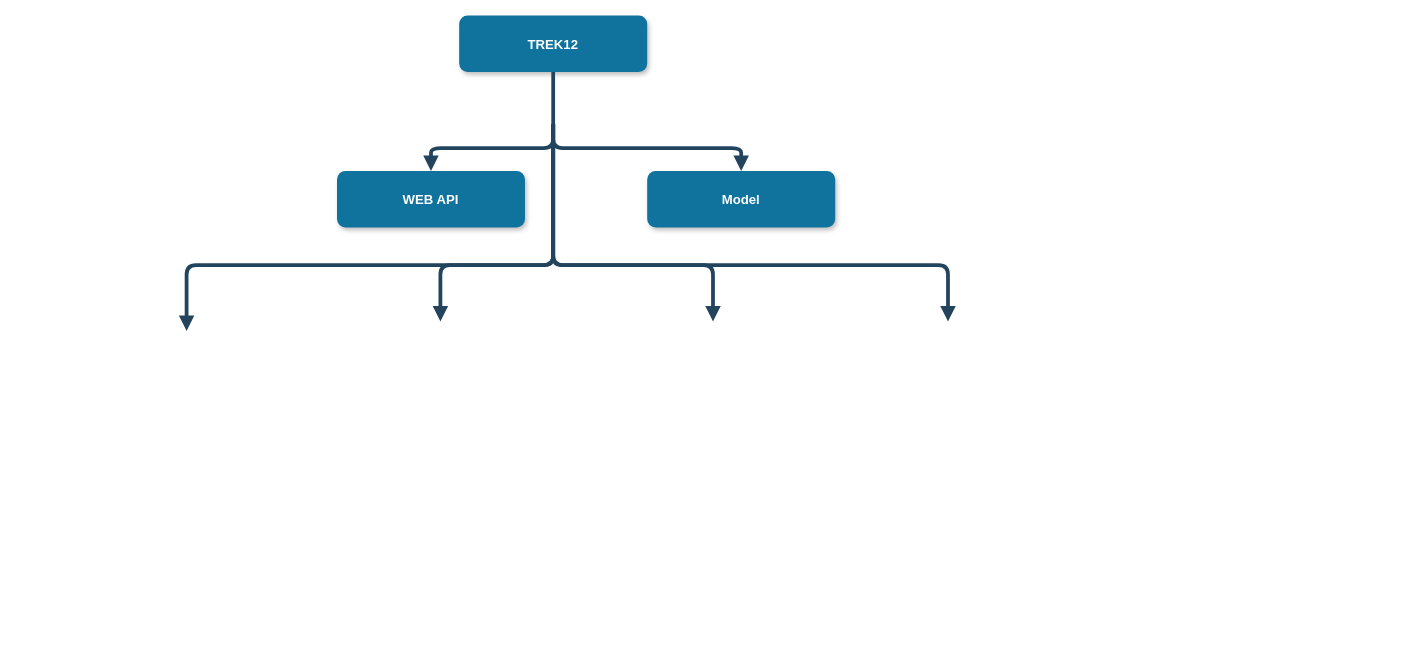
Earlier version of the draw.io diagram Diagramme sans nom.drawio (Theo03300/Sae4.01). Source tidied: cells renumbered, new cells numbered last; positions are measured from the earlier drawing's top-left corner, leaving out a move shared by most shapes. Both pictures are drawn from the tidied source at 94%, with x=0, y=0 at pixel (186, 15).
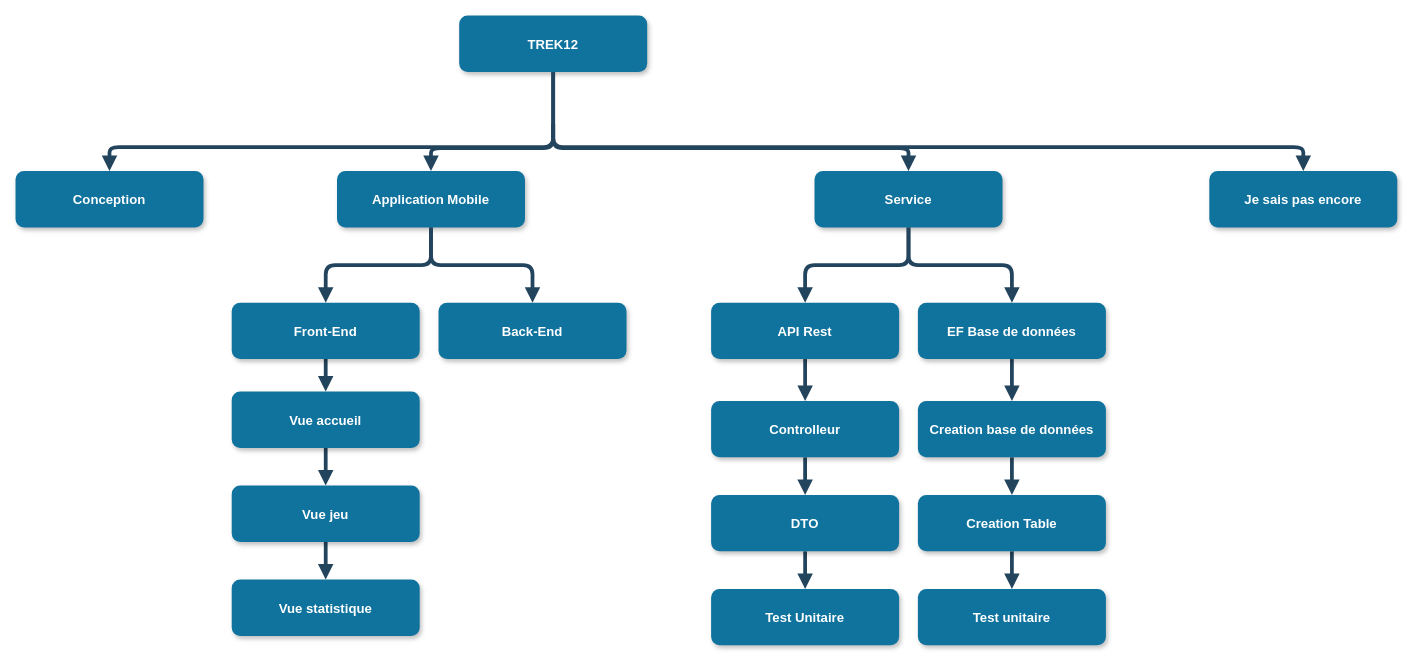
After the change.

Commit message (it also covers changes not shown here):
Mettre à jour Diagramme sans nom.drawio

The change refers to these unchanged cells:
```xml
<mxCell id="2" value="TREK12" style="rounded=1;fillColor=#10739E;strokeColor=none;shadow=1;gradientColor=none;fontStyle=1;fontColor=#FFFFFF;fontSize=14;" parent="1" vertex="1">
  <mxGeometry x="290" width="200" height="60" as="geometry" />
</mxCell>
```

What changed in the source:
```diff
@@
+    <mxCell id="11" style="edgeStyle=orthogonalEdgeStyle;rounded=1;jettySize=auto;html=1;startArrow=none;startFill=0;endArrow=block;endFill=1;strokeWidth=4;strokeColor=#23445d;" parent="1" edge="1" source="3" target="18">
+      <mxGeometry relative="1" as="geometry" />
+    </mxCell>
-    <mxCell id="3" value="WEB API" style="rounded=1;fillColor=#10739E;strokeColor=none;shadow=1;gradientColor=none;fontStyle=1;fontColor=#FFFFFF;fontSize=14;" parent="1" vertex="1">
+    <mxCell id="3" value="Application Mobile" style="rounded=1;fillColor=#10739E;strokeColor=none;shadow=1;gradientColor=none;fontStyle=1;fontColor=#FFFFFF;fontSize=14;" parent="1" vertex="1">
       <mxGeometry x="160" y="165.5" width="200" height="60" as="geometry" />
     </mxCell>
+    <mxCell id="12" style="edgeStyle=orthogonalEdgeStyle;rounded=1;jettySize=auto;html=1;endArrow=block;endFill=1;strokeWidth=4;strokeColor=#23445d;" parent="1" edge="1" source="4" target="27">
+      <mxGeometry relative="1" as="geometry" />
+    </mxCell>
-    <mxCell id="4" value="Model" style="rounded=1;fillColor=#10739E;strokeColor=none;shadow=1;gradientColor=none;fontStyle=1;fontColor=#FFFFFF;fontSize=14;" parent="1" vertex="1">
-      <mxGeometry x="490" y="165.5" width="200" height="60" as="geometry" />
+    <mxCell id="4" value="Service" style="rounded=1;fillColor=#10739E;strokeColor=none;shadow=1;gradientColor=none;fontStyle=1;fontColor=#FFFFFF;fontSize=14;" parent="1" vertex="1">
+      <mxGeometry x="668" y="165.5" width="200" height="60" as="geometry" />
     </mxCell>
     <mxCell id="5" style="edgeStyle=elbowEdgeStyle;elbow=vertical;strokeWidth=4;endArrow=block;endFill=1;fontStyle=1;strokeColor=#23445D;" parent="1" edge="1" target="3">
-      <mxGeometry x="22" y="165.5" as="geometry">
+      <mxGeometry x="22" y="-84.5" as="geometry">
         <mxPoint x="390" y="115.5" as="sourcePoint" />
       </mxGeometry>
     </mxCell>
     <mxCell id="6" style="edgeStyle=elbowEdgeStyle;elbow=vertical;strokeWidth=4;endArrow=block;endFill=1;fontStyle=1;strokeColor=#23445D;" parent="1" edge="1" target="4">
-      <mxGeometry x="22" y="165.5" as="geometry">
+      <mxGeometry x="22" y="-84.5" as="geometry">
         <mxPoint x="390" y="115.5" as="sourcePoint" />
       </mxGeometry>
     </mxCell>
-    <mxCell id="7" style="edgeStyle=elbowEdgeStyle;elbow=vertical;strokeWidth=4;endArrow=block;endFill=1;fontStyle=1;strokeColor=#23445D;" parent="1" edge="1">
-      <mxGeometry x="22" y="165.5" as="geometry">
-        <mxPoint x="390" y="115.5" as="sourcePoint" />
-        <mxPoint y="335.5" as="targetPoint" />
-        <Array as="points">
-          <mxPoint x="170" y="265.5" />
-        </Array>
-      </mxGeometry>
-    </mxCell>
-    <mxCell id="8" style="edgeStyle=elbowEdgeStyle;elbow=vertical;strokeWidth=4;endArrow=block;endFill=1;fontStyle=1;strokeColor=#23445D;" parent="1" edge="1">
-      <mxGeometry x="22" y="165.5" as="geometry">
-        <mxPoint x="390" y="115.5" as="sourcePoint" />
-        <mxPoint x="810" y="325.5" as="targetPoint" />
-        <Array as="points">
-          <mxPoint x="590" y="265.5" />
-        </Array>
-      </mxGeometry>
-    </mxCell>
-    <mxCell id="9" style="edgeStyle=elbowEdgeStyle;elbow=vertical;strokeWidth=4;endArrow=block;endFill=1;fontStyle=1;strokeColor=#23445D;" parent="1" edge="1">
-      <mxGeometry x="22" y="165.5" as="geometry">
-        <mxPoint x="390" y="115.5" as="sourcePoint" />
-        <mxPoint x="270" y="325.5" as="targetPoint" />
-        <Array as="points">
-          <mxPoint x="270" y="265.5" />
-        </Array>
-      </mxGeometry>
-    </mxCell>
-    <mxCell id="10" style="edgeStyle=elbowEdgeStyle;elbow=vertical;strokeWidth=4;endArrow=block;endFill=1;fontStyle=1;strokeColor=#23445D;" parent="1" edge="1" source="2">
-      <mxGeometry x="22" y="165.5" as="geometry">
-        <mxPoint x="560" y="325.5" as="targetPoint" />
-        <Array as="points">
-          <mxPoint x="560" y="265.5" />
-        </Array>
-      </mxGeometry>
-    </mxCell>
+    <mxCell id="13" value="Je sais pas encore" style="rounded=1;fillColor=#10739E;strokeColor=none;shadow=1;gradientColor=none;fontStyle=1;fontColor=#FFFFFF;fontSize=14;" parent="1" vertex="1">
+      <mxGeometry x="1088" y="165.5" width="200" height="60" as="geometry" />
+    </mxCell>
+    <mxCell id="14" style="edgeStyle=elbowEdgeStyle;elbow=vertical;strokeWidth=4;endArrow=block;endFill=1;fontStyle=1;strokeColor=#23445D;entryX=0.5;entryY=0;entryDx=0;entryDy=0;" parent="1" edge="1" source="2" target="13">
+      <mxGeometry x="20" y="-84.5" as="geometry">
+        <Array as="points">
+          <mxPoint x="628" y="140" />
+        </Array>
+      </mxGeometry>
+    </mxCell>
+    <mxCell id="15" value="Conception" style="rounded=1;fillColor=#10739E;strokeColor=none;shadow=1;gradientColor=none;fontStyle=1;fontColor=#FFFFFF;fontSize=14;" parent="1" vertex="1">
+      <mxGeometry x="-182" y="165.5" width="200" height="60" as="geometry" />
+    </mxCell>
+    <mxCell id="16" style="edgeStyle=elbowEdgeStyle;elbow=vertical;strokeWidth=4;endArrow=block;endFill=1;fontStyle=1;strokeColor=#23445D;entryX=0.5;entryY=0;entryDx=0;entryDy=0;exitX=0.5;exitY=1;exitDx=0;exitDy=0;" parent="1" edge="1" source="2" target="15">
+      <mxGeometry x="20" y="-84.5" as="geometry">
+        <Array as="points">
+          <mxPoint x="148" y="140" />
+        </Array>
+      </mxGeometry>
+    </mxCell>
+    <mxCell id="17" style="edgeStyle=orthogonalEdgeStyle;rounded=1;jettySize=auto;html=1;strokeColor=#23445d;strokeWidth=4;startArrow=none;startFill=0;endArrow=block;endFill=1;" parent="1" edge="1" source="18" target="22">
+      <mxGeometry relative="1" as="geometry" />
+    </mxCell>
+    <mxCell id="18" value="Front-End" style="rounded=1;fillColor=#10739E;strokeColor=none;shadow=1;gradientColor=none;fontStyle=1;fontColor=#FFFFFF;fontSize=14;" parent="1" vertex="1">
+      <mxGeometry x="48" y="305.5" width="200" height="60" as="geometry" />
+    </mxCell>
+    <mxCell id="19" value="Back-End" style="rounded=1;fillColor=#10739E;strokeColor=none;shadow=1;gradientColor=none;fontStyle=1;fontColor=#FFFFFF;fontSize=14;" parent="1" vertex="1">
+      <mxGeometry x="268" y="305.5" width="200" height="60" as="geometry" />
+    </mxCell>
+    <mxCell id="20" style="edgeStyle=orthogonalEdgeStyle;rounded=1;jettySize=auto;html=1;startArrow=none;startFill=0;endArrow=block;endFill=1;strokeWidth=4;strokeColor=#23445d;exitX=0.5;exitY=1;exitDx=0;exitDy=0;" parent="1" edge="1" source="3" target="19">
+      <mxGeometry relative="1" as="geometry" />
+    </mxCell>
+    <mxCell id="21" style="edgeStyle=orthogonalEdgeStyle;rounded=1;jettySize=auto;html=1;strokeColor=#23445d;strokeWidth=4;startArrow=none;startFill=0;endArrow=block;endFill=1;" parent="1" edge="1" source="22" target="24">
+      <mxGeometry relative="1" as="geometry" />
+    </mxCell>
+    <mxCell id="22" value="Vue accueil" style="rounded=1;fillColor=#10739E;strokeColor=none;shadow=1;gradientColor=none;fontStyle=1;fontColor=#FFFFFF;fontSize=14;" parent="1" vertex="1">
+      <mxGeometry x="48" y="400" width="200" height="60" as="geometry" />
+    </mxCell>
+    <mxCell id="23" style="edgeStyle=orthogonalEdgeStyle;rounded=1;jettySize=auto;html=1;strokeColor=#23445d;strokeWidth=4;startArrow=none;startFill=0;endArrow=block;endFill=1;" parent="1" edge="1" source="24" target="25">
+      <mxGeometry relative="1" as="geometry" />
+    </mxCell>
+    <mxCell id="24" value="Vue jeu" style="rounded=1;fillColor=#10739E;strokeColor=none;shadow=1;gradientColor=none;fontStyle=1;fontColor=#FFFFFF;fontSize=14;" parent="1" vertex="1">
+      <mxGeometry x="48" y="500" width="200" height="60" as="geometry" />
+    </mxCell>
+    <mxCell id="25" value="Vue statistique" style="rounded=1;fillColor=#10739E;strokeColor=none;shadow=1;gradientColor=none;fontStyle=1;fontColor=#FFFFFF;fontSize=14;" parent="1" vertex="1">
+      <mxGeometry x="48" y="600" width="200" height="60" as="geometry" />
+    </mxCell>
+    <mxCell id="26" style="edgeStyle=orthogonalEdgeStyle;rounded=1;jettySize=auto;html=1;strokeColor=#23445d;strokeWidth=4;endArrow=block;endFill=1;" parent="1" edge="1" source="27" target="32">
+      <mxGeometry relative="1" as="geometry" />
+    </mxCell>
+    <mxCell id="27" value="API Rest" style="rounded=1;fillColor=#10739E;strokeColor=none;shadow=1;gradientColor=none;fontStyle=1;fontColor=#FFFFFF;fontSize=14;" parent="1" vertex="1">
+      <mxGeometry x="558" y="305.5" width="200" height="60" as="geometry" />
+    </mxCell>
+    <mxCell id="28" style="edgeStyle=orthogonalEdgeStyle;rounded=1;jettySize=auto;html=1;strokeColor=#23445d;strokeWidth=4;endArrow=block;endFill=1;" parent="1" edge="1" source="29" target="37">
+      <mxGeometry relative="1" as="geometry" />
+    </mxCell>
+    <mxCell id="29" value="EF Base de données" style="rounded=1;fillColor=#10739E;strokeColor=none;shadow=1;gradientColor=none;fontStyle=1;fontColor=#FFFFFF;fontSize=14;" parent="1" vertex="1">
+      <mxGeometry x="778" y="305.5" width="200" height="60" as="geometry" />
+    </mxCell>
+    <mxCell id="30" style="edgeStyle=orthogonalEdgeStyle;rounded=1;jettySize=auto;html=1;endArrow=block;endFill=1;strokeWidth=4;strokeColor=#23445d;exitX=0.5;exitY=1;exitDx=0;exitDy=0;entryX=0.5;entryY=0;entryDx=0;entryDy=0;" parent="1" edge="1" source="4" target="29">
+      <mxGeometry relative="1" as="geometry" />
+    </mxCell>
+    <mxCell id="31" style="edgeStyle=orthogonalEdgeStyle;rounded=1;jettySize=auto;html=1;strokeColor=#23445d;strokeWidth=4;endArrow=block;endFill=1;" parent="1" edge="1" source="32" target="34">
+      <mxGeometry relative="1" as="geometry" />
+    </mxCell>
+    <mxCell id="32" value="Controlleur" style="rounded=1;fillColor=#10739E;strokeColor=none;shadow=1;gradientColor=none;fontStyle=1;fontColor=#FFFFFF;fontSize=14;" parent="1" vertex="1">
+      <mxGeometry x="558" y="410" width="200" height="60" as="geometry" />
+    </mxCell>
+    <mxCell id="33" style="edgeStyle=orthogonalEdgeStyle;rounded=1;jettySize=auto;html=1;strokeColor=#23445d;strokeWidth=4;endArrow=block;endFill=1;" parent="1" edge="1" source="34" target="35">
+      <mxGeometry relative="1" as="geometry" />
+    </mxCell>
+    <mxCell id="34" value="DTO" style="rounded=1;fillColor=#10739E;strokeColor=none;shadow=1;gradientColor=none;fontStyle=1;fontColor=#FFFFFF;fontSize=14;" parent="1" vertex="1">
+      <mxGeometry x="558" y="510" width="200" height="60" as="geometry" />
+    </mxCell>
+    <mxCell id="35" value="Test Unitaire" style="rounded=1;fillColor=#10739E;strokeColor=none;shadow=1;gradientColor=none;fontStyle=1;fontColor=#FFFFFF;fontSize=14;" parent="1" vertex="1">
+      <mxGeometry x="558" y="610" width="200" height="60" as="geometry" />
+    </mxCell>
+    <mxCell id="36" style="edgeStyle=orthogonalEdgeStyle;rounded=1;jettySize=auto;html=1;strokeColor=#23445d;strokeWidth=4;endArrow=block;endFill=1;" parent="1" edge="1" source="37" target="39">
+      <mxGeometry relative="1" as="geometry" />
+    </mxCell>
+    <mxCell id="37" value="Creation base de données" style="rounded=1;fillColor=#10739E;strokeColor=none;shadow=1;gradientColor=none;fontStyle=1;fontColor=#FFFFFF;fontSize=14;" parent="1" vertex="1">
+      <mxGeometry x="778" y="410" width="200" height="60" as="geometry" />
+    </mxCell>
+    <mxCell id="38" style="edgeStyle=orthogonalEdgeStyle;rounded=1;jettySize=auto;html=1;strokeColor=#23445d;strokeWidth=4;endArrow=block;endFill=1;" parent="1" edge="1" source="39" target="40">
+      <mxGeometry relative="1" as="geometry" />
+    </mxCell>
+    <mxCell id="39" value="Creation Table" style="rounded=1;fillColor=#10739E;strokeColor=none;shadow=1;gradientColor=none;fontStyle=1;fontColor=#FFFFFF;fontSize=14;" parent="1" vertex="1">
+      <mxGeometry x="778" y="510" width="200" height="60" as="geometry" />
+    </mxCell>
+    <mxCell id="40" value="Test unitaire" style="rounded=1;fillColor=#10739E;strokeColor=none;shadow=1;gradientColor=none;fontStyle=1;fontColor=#FFFFFF;fontSize=14;" parent="1" vertex="1">
+      <mxGeometry x="778" y="610" width="200" height="60" as="geometry" />
+    </mxCell>
```
